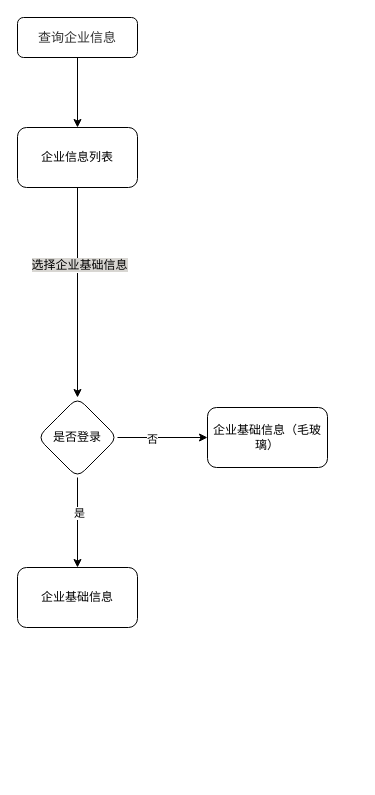
Earlier version of the draw.io diagram 全球鹰.drawio (lq460541033/draw_dev). Source tidied: cells renumbered, new cells numbered last; positions are measured from the earlier drawing's top-left corner, leaving out a move shared by most shapes. Both pictures are drawn from the tidied source at 100%, with x=0, y=0 at pixel (17, 17).
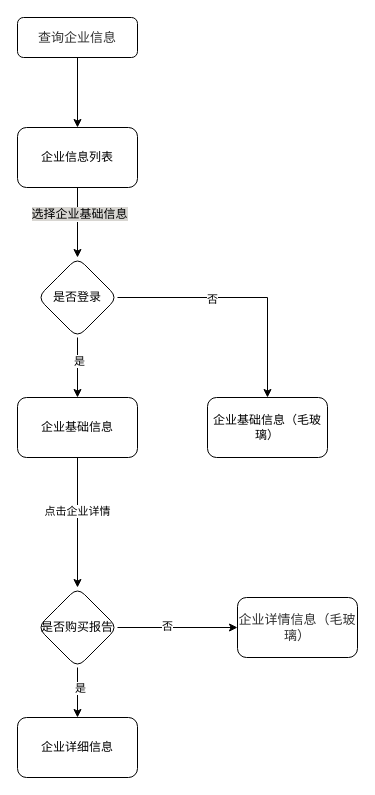
The same page after the edit.

Change to the diagram source:
```diff
@@
     <mxCell id="11" value="是否登录" style="rhombus;whiteSpace=wrap;html=1;rounded=1;" parent="1" vertex="1">
-      <mxGeometry x="20" y="380" width="80" height="80" as="geometry" />
+      <mxGeometry x="20" y="240" width="80" height="80" as="geometry" />
     </mxCell>
+    <mxCell id="14" style="edgeStyle=orthogonalEdgeStyle;rounded=0;jettySize=auto;html=1;" parent="1" edge="1" source="12" target="20">
+      <mxGeometry relative="1" as="geometry" />
+    </mxCell>
+    <mxCell id="15" value="点击企业详情" style="edgeLabel;html=1;align=center;verticalAlign=middle;" parent="14" vertex="1">
+      <mxGeometry x="-0.18" y="-1" relative="1" as="geometry" />
+    </mxCell>
     <mxCell id="12" value="企业基础信息" style="rounded=1;whiteSpace=wrap;html=1;" parent="1" vertex="1">
-      <mxGeometry y="550" width="120" height="60" as="geometry" />
+      <mxGeometry y="380" width="120" height="60" as="geometry" />
     </mxCell>
     <mxCell id="13" value="企业基础信息（毛玻璃）" style="rounded=1;whiteSpace=wrap;html=1;" parent="1" vertex="1">
-      <mxGeometry x="190" y="390" width="120" height="60" as="geometry" />
+      <mxGeometry x="190" y="380" width="120" height="60" as="geometry" />
     </mxCell>
+    <mxCell id="16" style="edgeStyle=orthogonalEdgeStyle;rounded=0;jettySize=auto;html=1;" parent="1" edge="1" source="20" target="21">
+      <mxGeometry relative="1" as="geometry" />
+    </mxCell>
+    <mxCell id="17" value="是" style="edgeLabel;html=1;align=center;verticalAlign=middle;" parent="16" vertex="1">
+      <mxGeometry x="-0.22" y="2" relative="1" as="geometry" />
+    </mxCell>
+    <mxCell id="18" style="edgeStyle=orthogonalEdgeStyle;rounded=0;jettySize=auto;html=1;" parent="1" edge="1" source="20" target="22">
+      <mxGeometry relative="1" as="geometry" />
+    </mxCell>
+    <mxCell id="19" value="否" style="edgeLabel;html=1;align=center;verticalAlign=middle;" parent="18" vertex="1">
+      <mxGeometry x="-0.19" y="2" relative="1" as="geometry" />
+    </mxCell>
+    <mxCell id="20" value="是否购买报告" style="rhombus;whiteSpace=wrap;html=1;rounded=1;" parent="1" vertex="1">
+      <mxGeometry x="20" y="570" width="80" height="80" as="geometry" />
+    </mxCell>
+    <mxCell id="21" value="企业详细信息" style="whiteSpace=wrap;html=1;rounded=1;" parent="1" vertex="1">
+      <mxGeometry y="700" width="120" height="60" as="geometry" />
+    </mxCell>
+    <mxCell id="22" value="&lt;span style=&quot;color: rgb(50 , 50 , 50) ; font-size: 13px ; background-color: rgba(255 , 255 , 255 , 0.01)&quot;&gt;企业详情信息（毛玻璃）&lt;/span&gt;" style="whiteSpace=wrap;html=1;rounded=1;" parent="1" vertex="1">
+      <mxGeometry x="220" y="580" width="120" height="60" as="geometry" />
+    </mxCell>
```
